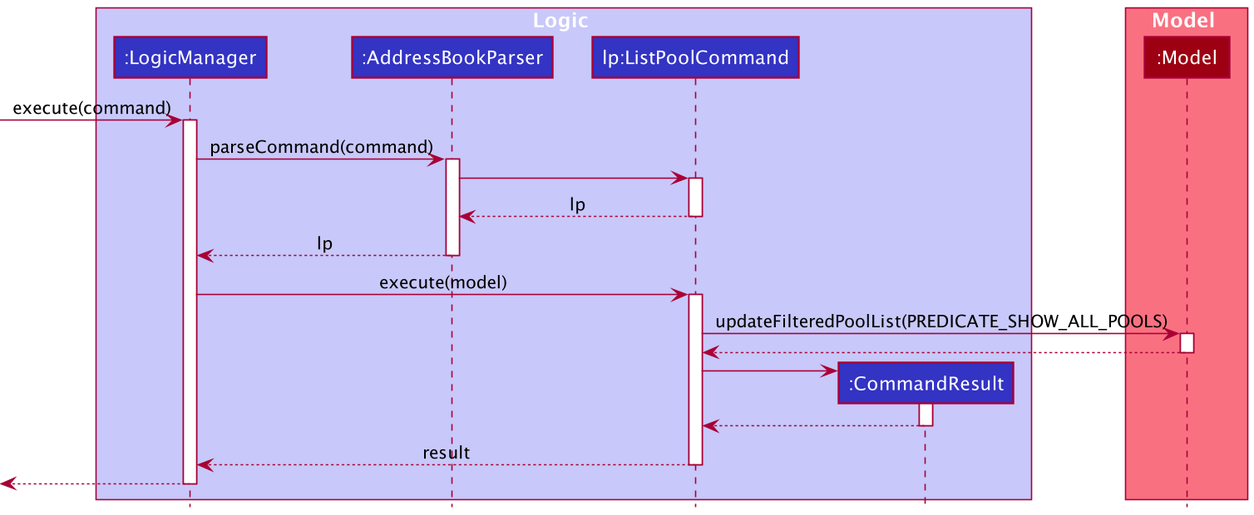
Before: docs/images/ListPoolSequenceDiagram.png, a diagram exported from PlantUML (nus-cs2103-AY2021S2/tp).
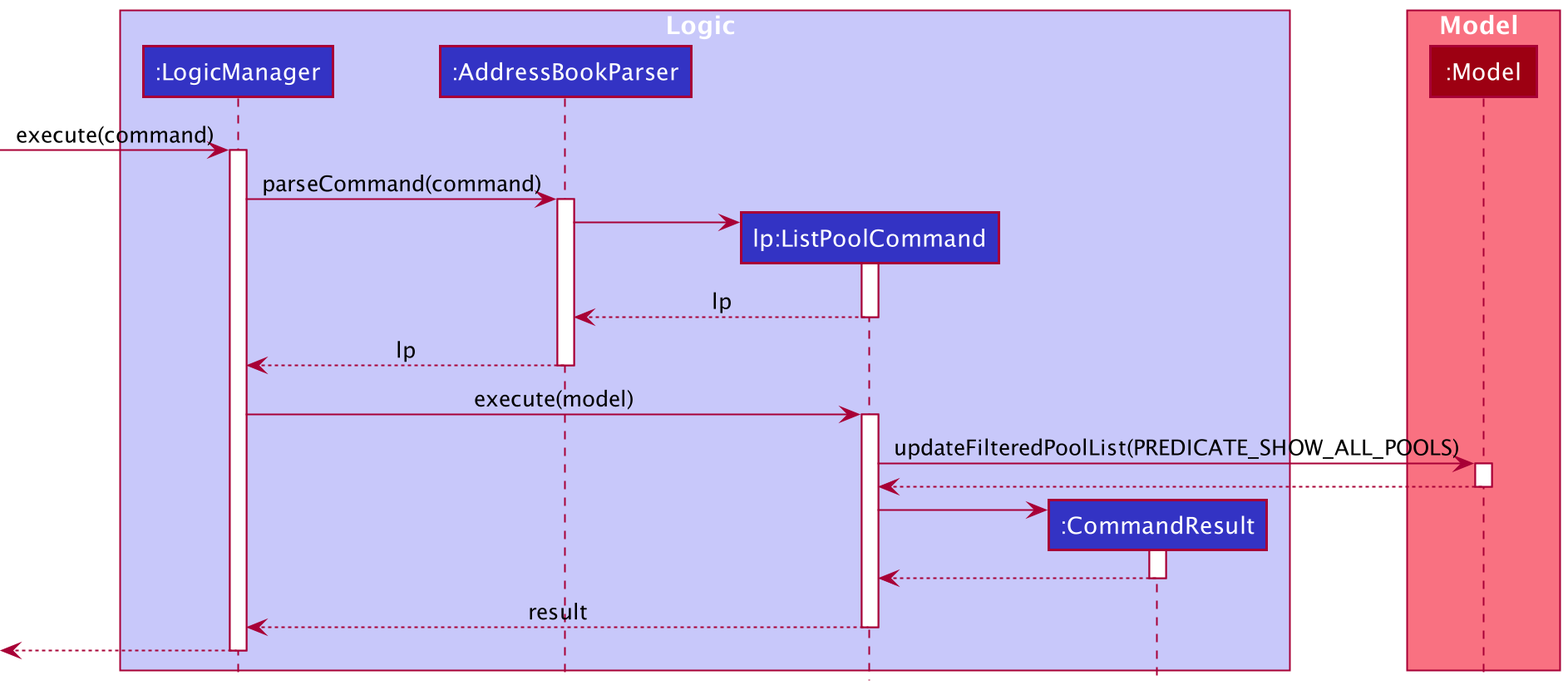
The same diagram one commit later.

Commit message:
Replace old listPool diagram

Diff of the diagram source:
```diff
@@ -18,6 +18,7 @@
 LogicManager -> AddressBookParser : parseCommand(command)
 activate AddressBookParser
 
+create ListPoolCommand
 AddressBookParser -> ListPoolCommand
 activate ListPoolCommand
 
```
